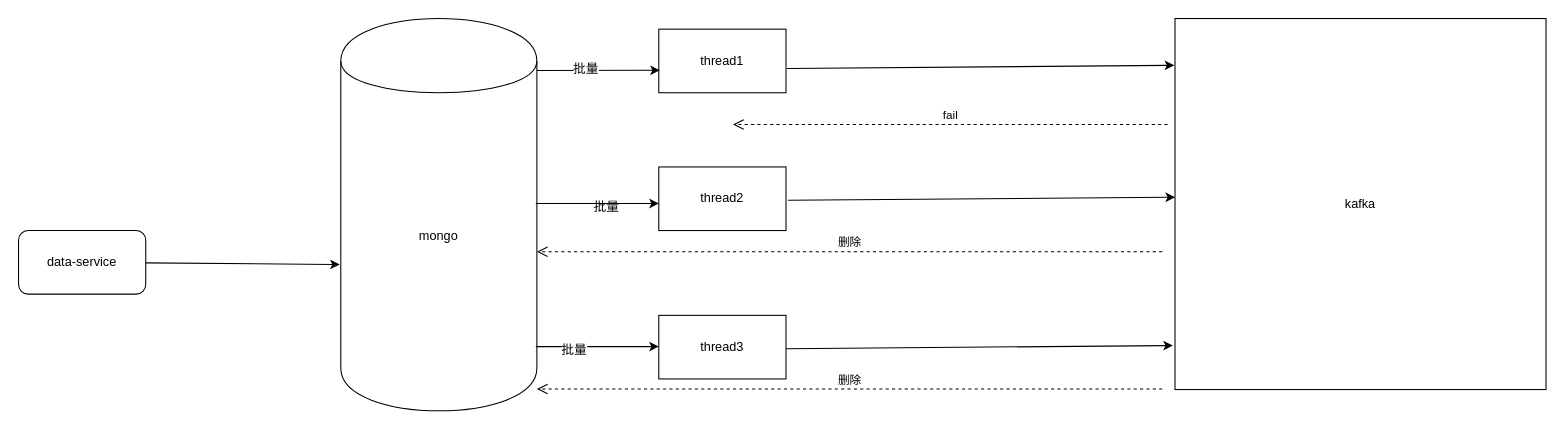
The draw.io diagram page "第 2 页" (2 of 2) of 开放平台服务依赖.drawio in sevenDay2014/dtk, before the edit. Source tidied: cells renumbered, new cells numbered last; positions are measured from the earlier drawing's top-left corner, leaving out a move shared by most shapes. Both pictures are drawn from the tidied source at 106%, with x=0, y=0 at pixel (18, 18).
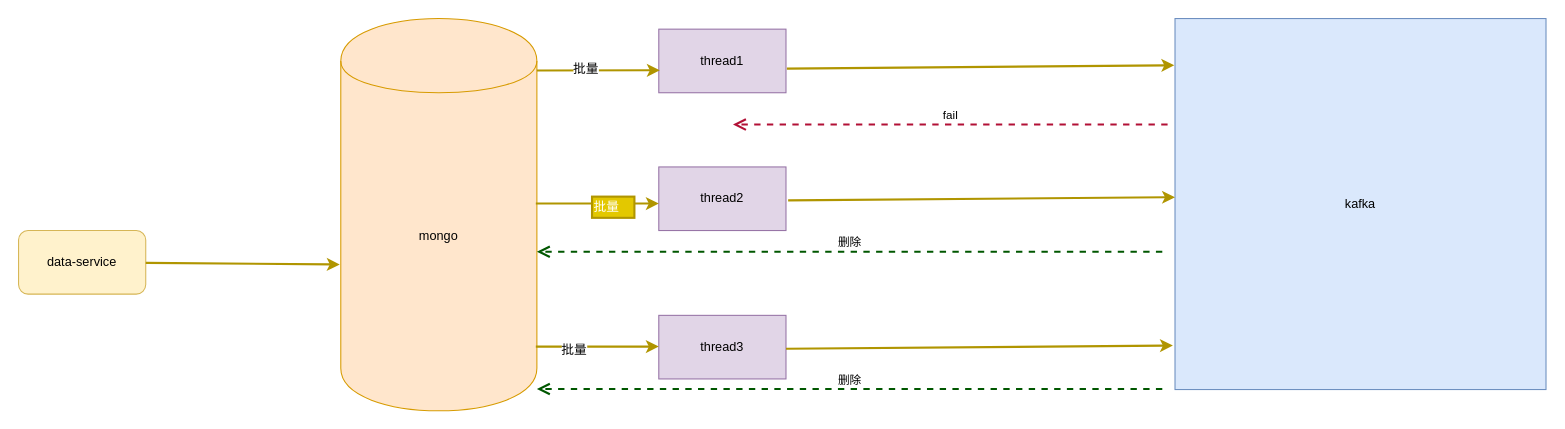
The same diagram, later.

Commit message:
v1.0.0-feature:进行图片绘制

Change to the diagram source:
```diff
@@
-    <mxCell id="2" value="thread2" style="rounded=0;whiteSpace=wrap;html=1;" parent="1" vertex="1">
+    <mxCell id="2" value="thread2" style="rounded=0;whiteSpace=wrap;html=1;fillColor=#e1d5e7;strokeColor=#9673a6;" parent="1" vertex="1">
       <mxGeometry x="604" y="140" width="120" height="60" as="geometry" />
     </mxCell>
-    <mxCell id="3" value="&lt;span&gt;thread3&lt;/span&gt;" style="rounded=0;whiteSpace=wrap;html=1;" parent="1" vertex="1">
+    <mxCell id="3" value="&lt;span&gt;thread3&lt;/span&gt;" style="rounded=0;whiteSpace=wrap;html=1;fillColor=#e1d5e7;strokeColor=#9673a6;" parent="1" vertex="1">
       <mxGeometry x="604" y="280" width="120" height="60" as="geometry" />
     </mxCell>
-    <mxCell id="4" value="thread1" style="rounded=0;whiteSpace=wrap;html=1;" parent="1" vertex="1">
+    <mxCell id="4" value="thread1" style="rounded=0;whiteSpace=wrap;html=1;fillColor=#e1d5e7;strokeColor=#9673a6;" parent="1" vertex="1">
       <mxGeometry x="604" y="10" width="120" height="60" as="geometry" />
     </mxCell>
-    <mxCell id="5" value="kafka" style="whiteSpace=wrap;html=1;" parent="1" vertex="1">
+    <mxCell id="5" value="kafka" style="whiteSpace=wrap;html=1;fillColor=#dae8fc;strokeColor=#6c8ebf;" parent="1" vertex="1">
       <mxGeometry x="1091" width="350" height="350" as="geometry" />
     </mxCell>
-    <mxCell id="6" style="endArrow=classic;html=1;exitX=1.007;exitY=0.62;exitDx=0;exitDy=0;exitPerimeter=0;entryX=-0.002;entryY=0.126;entryDx=0;entryDy=0;entryPerimeter=0;" parent="1" edge="1" source="4" target="5">
+    <mxCell id="6" style="endArrow=classic;html=1;exitX=1.007;exitY=0.62;exitDx=0;exitDy=0;exitPerimeter=0;entryX=-0.002;entryY=0.126;entryDx=0;entryDy=0;entryPerimeter=0;fillColor=#e3c800;strokeColor=#B09500;strokeWidth=2;" parent="1" edge="1" source="4" target="5">
       <mxGeometry relative="1" as="geometry" />
     </mxCell>
-    <mxCell id="7" value="mongo" style="shape=cylinder;whiteSpace=wrap;html=1;boundedLbl=1;backgroundOutline=1;" parent="1" vertex="1">
+    <mxCell id="7" value="mongo" style="shape=cylinder;whiteSpace=wrap;html=1;boundedLbl=1;backgroundOutline=1;fillColor=#ffe6cc;strokeColor=#d79b00;" parent="1" vertex="1">
       <mxGeometry x="304" width="185" height="370" as="geometry" />
     </mxCell>
-    <mxCell id="8" style="endArrow=classic;html=1;entryX=0.008;entryY=0.647;entryDx=0;entryDy=0;entryPerimeter=0;" parent="1" edge="1" target="4">
+    <mxCell id="8" style="endArrow=classic;html=1;entryX=0.008;entryY=0.647;entryDx=0;entryDy=0;entryPerimeter=0;fillColor=#e3c800;strokeColor=#B09500;strokeWidth=2;" parent="1" edge="1" target="4">
       <mxGeometry relative="1" as="geometry">
         <mxPoint x="489" y="49" as="sourcePoint" />
       </mxGeometry>
     </mxCell>
@@
-    <mxCell id="10" style="endArrow=classic;html=1;entryX=0.008;entryY=0.647;entryDx=0;entryDy=0;entryPerimeter=0;" parent="1" edge="1">
+    <mxCell id="10" style="endArrow=classic;html=1;entryX=0.008;entryY=0.647;entryDx=0;entryDy=0;entryPerimeter=0;fillColor=#e3c800;strokeColor=#B09500;strokeWidth=2;" parent="1" edge="1">
       <mxGeometry relative="1" as="geometry">
         <mxPoint x="488" y="174.5" as="sourcePoint" />
         <mxPoint x="604" y="174.5" as="targetPoint" />
       </mxGeometry>
     </mxCell>
-    <mxCell id="11" style="endArrow=classic;html=1;entryX=0.008;entryY=0.647;entryDx=0;entryDy=0;entryPerimeter=0;" parent="1" edge="1">
+    <mxCell id="11" style="endArrow=classic;html=1;entryX=0.008;entryY=0.647;entryDx=0;entryDy=0;entryPerimeter=0;fillColor=#e3c800;strokeColor=#B09500;strokeWidth=2;" parent="1" edge="1">
       <mxGeometry relative="1" as="geometry">
         <mxPoint x="488" y="309.5" as="sourcePoint" />
         <mxPoint x="604" y="309.5" as="targetPoint" />
       </mxGeometry>
     </mxCell>
@@
-    <mxCell id="13" style="endArrow=classic;html=1;exitX=1.007;exitY=0.62;exitDx=0;exitDy=0;exitPerimeter=0;entryX=-0.002;entryY=0.126;entryDx=0;entryDy=0;entryPerimeter=0;" parent="1" edge="1">
+    <mxCell id="13" style="endArrow=classic;html=1;exitX=1.007;exitY=0.62;exitDx=0;exitDy=0;exitPerimeter=0;entryX=-0.002;entryY=0.126;entryDx=0;entryDy=0;entryPerimeter=0;fillColor=#e3c800;strokeColor=#B09500;strokeWidth=2;" parent="1" edge="1">
       <mxGeometry relative="1" as="geometry">
         <mxPoint x="726" y="171.5" as="sourcePoint" />
         <mxPoint x="1091" y="168.5" as="targetPoint" />
       </mxGeometry>
     </mxCell>
-    <mxCell id="14" style="endArrow=classic;html=1;exitX=1.007;exitY=0.62;exitDx=0;exitDy=0;exitPerimeter=0;entryX=-0.002;entryY=0.126;entryDx=0;entryDy=0;entryPerimeter=0;" parent="1" edge="1">
+    <mxCell id="14" style="endArrow=classic;html=1;exitX=1.007;exitY=0.62;exitDx=0;exitDy=0;exitPerimeter=0;entryX=-0.002;entryY=0.126;entryDx=0;entryDy=0;entryPerimeter=0;fillColor=#e3c800;strokeColor=#B09500;strokeWidth=2;" parent="1" edge="1">
       <mxGeometry relative="1" as="geometry">
         <mxPoint x="724" y="311.5" as="sourcePoint" />
         <mxPoint x="1089" y="308.5" as="targetPoint" />
       </mxGeometry>
     </mxCell>
-    <mxCell id="15" value="fail" style="html=1;verticalAlign=bottom;endArrow=open;dashed=1;endSize=8;" parent="1" edge="1">
+    <mxCell id="15" value="fail" style="html=1;verticalAlign=bottom;endArrow=open;dashed=1;endSize=8;fillColor=#e51400;strokeColor=#B21036;strokeWidth=2;" parent="1" edge="1">
       <mxGeometry relative="1" as="geometry">
         <mxPoint x="1084" y="100" as="sourcePoint" />
         <mxPoint x="674" y="100" as="targetPoint" />
       </mxGeometry>
     </mxCell>
-    <mxCell id="16" value="删除" style="html=1;verticalAlign=bottom;endArrow=open;dashed=1;endSize=8;" parent="1" edge="1">
+    <mxCell id="16" value="删除" style="html=1;verticalAlign=bottom;endArrow=open;dashed=1;endSize=8;fillColor=#008a00;strokeColor=#005700;strokeWidth=2;" parent="1" edge="1">
       <mxGeometry relative="1" as="geometry">
         <mxPoint x="1079" y="220" as="sourcePoint" />
         <mxPoint x="489" y="220" as="targetPoint" />
       </mxGeometry>
     </mxCell>
-    <mxCell id="17" value="删除" style="html=1;verticalAlign=bottom;endArrow=open;dashed=1;endSize=8;" parent="1" edge="1">
+    <mxCell id="17" value="删除" style="html=1;verticalAlign=bottom;endArrow=open;dashed=1;endSize=8;fillColor=#008a00;strokeColor=#005700;strokeWidth=2;" parent="1" edge="1">
       <mxGeometry relative="1" as="geometry">
         <mxPoint x="1079" y="349.5" as="sourcePoint" />
         <mxPoint x="489" y="349.5" as="targetPoint" />
       </mxGeometry>
     </mxCell>
-    <mxCell id="18" value="批量" style="text;html=1;align=left;verticalAlign=top;spacingTop=-4;" parent="1" vertex="1">
+    <mxCell id="18" value="批量" style="text;html=1;align=left;verticalAlign=top;spacingTop=-4;fillColor=#e3c800;strokeColor=#B09500;fontColor=#ffffff;strokeWidth=2;" parent="1" vertex="1">
       <mxGeometry x="541" y="168" width="40" height="20" as="geometry" />
     </mxCell>
-    <mxCell id="19" value="data-service" style="rounded=1;whiteSpace=wrap;html=1;" parent="1" vertex="1">
+    <mxCell id="19" value="data-service" style="rounded=1;whiteSpace=wrap;html=1;fillColor=#fff2cc;strokeColor=#d6b656;" parent="1" vertex="1">
       <mxGeometry y="200" width="120" height="60" as="geometry" />
     </mxCell>
-    <mxCell id="20" style="endArrow=classic;html=1;" parent="1" edge="1" source="19">
+    <mxCell id="20" style="endArrow=classic;html=1;fillColor=#e3c800;strokeColor=#B09500;strokeWidth=2;" parent="1" edge="1" source="19">
       <mxGeometry relative="1" as="geometry">
         <mxPoint x="303" y="232" as="targetPoint" />
       </mxGeometry>
     </mxCell>
```
